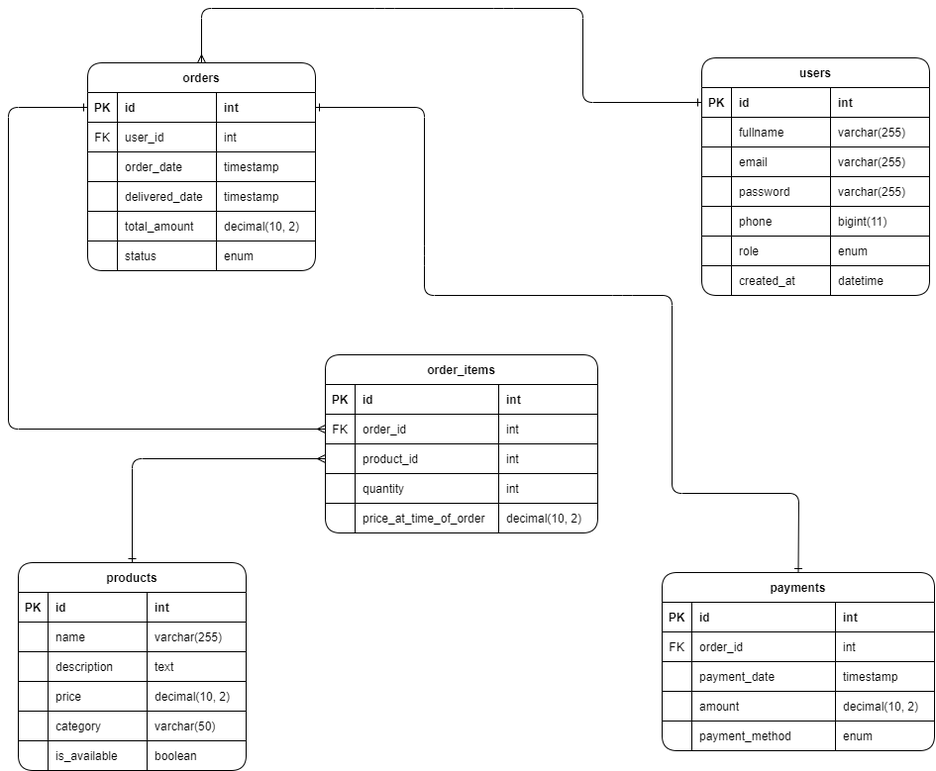
This is ERD.drawio.png from rjbelleza/coffee-shop-web-app, a draw.io export, as it was before one commit. Source tidied: cells renumbered, new cells last; positions are measured from the earlier drawing's top-left corner, leaving out a move shared by most shapes.
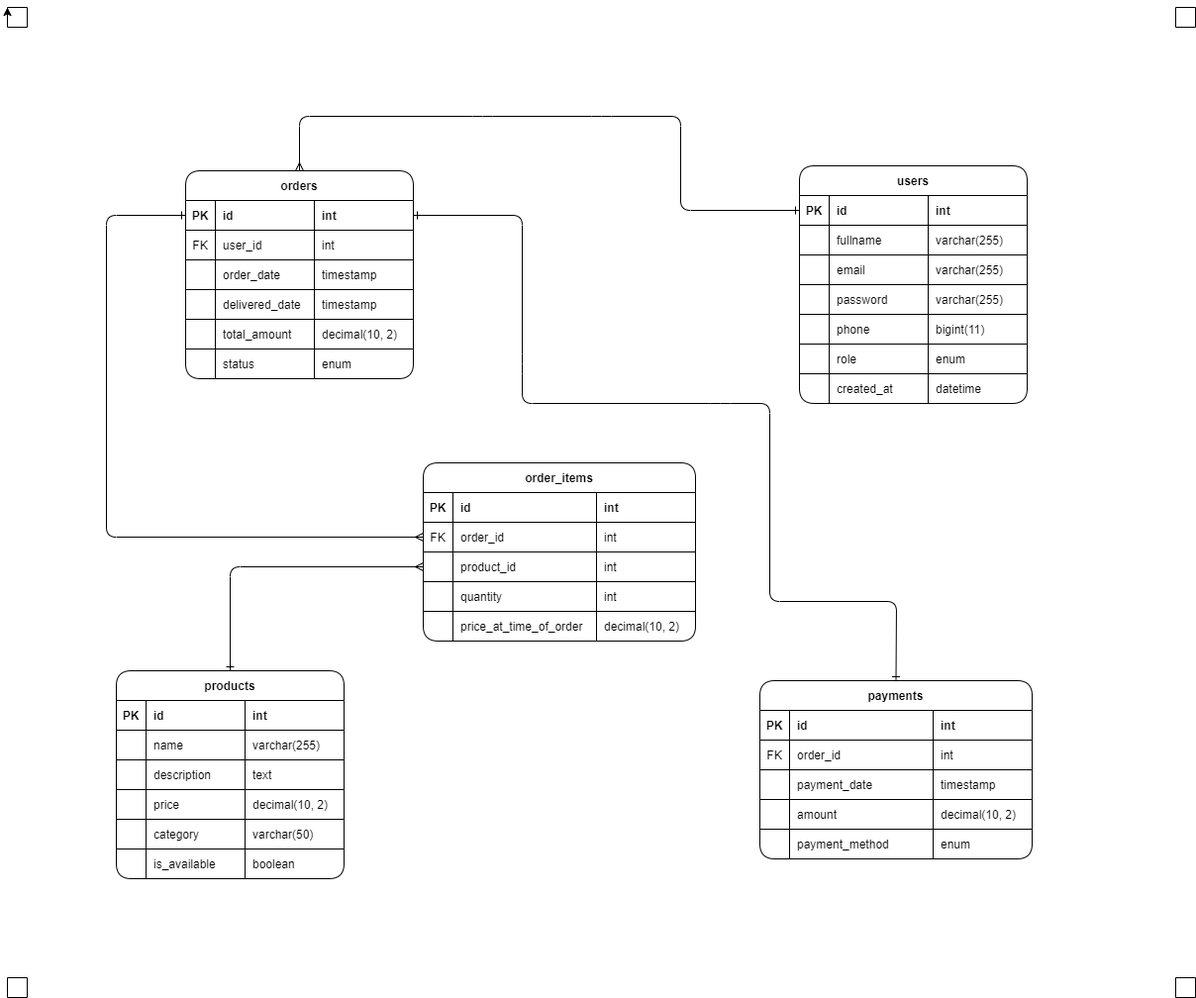
Later version of the same file.

Commit message:
Created database schema

The edit, as a diff of the source:
```diff
@@ -1,4 +1,4 @@
-<mxGraphModel>
+<mxGraphModel background="#ffffff">
   <root>
     <mxCell id="0" />
     <mxCell id="1" parent="0" />
@@ -404,5 +404,20 @@
         </Array>
       </mxGeometry>
     </mxCell>
+    <mxCell id="127" style="swimlane;startSize=0;" parent="1" vertex="1">
+      <mxGeometry x="-100" y="-110" width="20" height="20" as="geometry" />
+    </mxCell>
+    <mxCell id="128" style="edgeStyle=none;html=1;exitX=0;exitY=0.5;exitDx=0;exitDy=0;entryX=0;entryY=0;entryDx=0;entryDy=0;" parent="1" edge="1" source="127" target="127">
+      <mxGeometry relative="1" as="geometry" />
+    </mxCell>
+    <mxCell id="129" style="swimlane;startSize=20;" parent="1" vertex="1">
+      <mxGeometry x="1080" y="-110" width="20" height="20" as="geometry" />
+    </mxCell>
+    <mxCell id="130" style="swimlane;startSize=20;" parent="1" vertex="1">
+      <mxGeometry x="1080" y="870" width="20" height="20" as="geometry" />
+    </mxCell>
+    <mxCell id="131" style="swimlane;startSize=20;" parent="1" vertex="1">
+      <mxGeometry x="-100" y="870" width="20" height="20" as="geometry" />
+    </mxCell>
   </root>
 </mxGraphModel>
```
